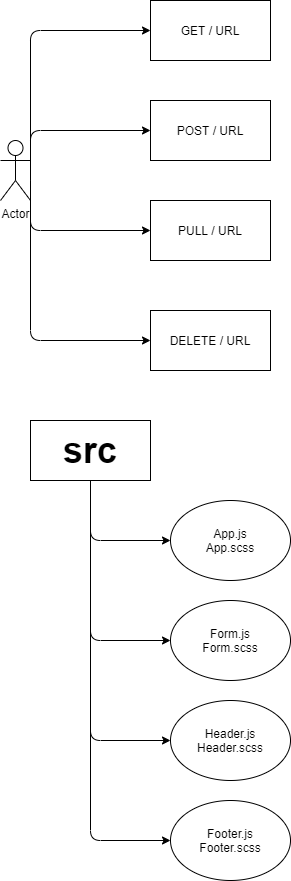
Before: public/lab26.png, a diagram exported from draw.io (Samer-Alnajjar/resty). Source tidied: cells renumbered, new cells last; positions are measured from the earlier drawing's top-left corner, leaving out a move shared by most shapes.
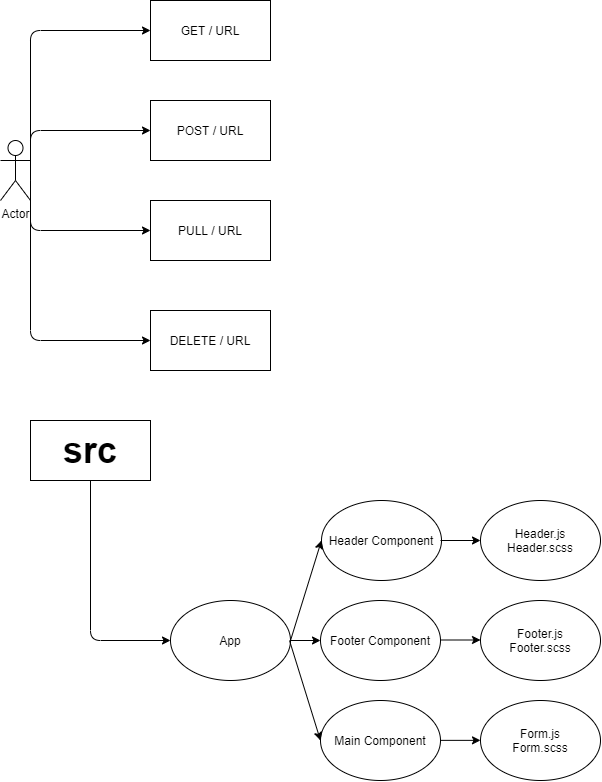
Above is the later version.

What changed in the source:
```diff
@@ -54,23 +54,15 @@
         </Array>
       </mxGeometry>
     </mxCell>
-    <mxCell id="12" value="App.js&lt;br&gt;App.scss" style="ellipse;whiteSpace=wrap;html=1;" parent="1" vertex="1">
-      <mxGeometry x="170" y="500" width="120" height="80" as="geometry" />
+    <mxCell id="12" value="Header Component" style="ellipse;whiteSpace=wrap;html=1;" parent="1" vertex="1">
+      <mxGeometry x="321" y="500" width="120" height="80" as="geometry" />
     </mxCell>
-    <mxCell id="13" value="Form.js&lt;br&gt;Form.scss" style="ellipse;whiteSpace=wrap;html=1;" parent="1" vertex="1">
-      <mxGeometry x="170" y="600" width="120" height="80" as="geometry" />
+    <mxCell id="13" value="Footer Component" style="ellipse;whiteSpace=wrap;html=1;" parent="1" vertex="1">
+      <mxGeometry x="320" y="600" width="120" height="80" as="geometry" />
     </mxCell>
-    <mxCell id="14" value="Header.js&lt;br&gt;Header.scss" style="ellipse;whiteSpace=wrap;html=1;" parent="1" vertex="1">
-      <mxGeometry x="170" y="700" width="120" height="80" as="geometry" />
+    <mxCell id="14" value="Main Component" style="ellipse;whiteSpace=wrap;html=1;" parent="1" vertex="1">
+      <mxGeometry x="320" y="700" width="120" height="80" as="geometry" />
     </mxCell>
-    <mxCell id="15" style="endArrow=classic;html=1;exitX=0.5;exitY=1;exitDx=0;exitDy=0;" parent="1" edge="1" source="5">
-      <mxGeometry relative="1" as="geometry">
-        <mxPoint x="170" y="540" as="targetPoint" />
-        <Array as="points">
-          <mxPoint x="90" y="540" />
-        </Array>
-      </mxGeometry>
-    </mxCell>
     <mxCell id="16" style="endArrow=classic;html=1;exitX=0.5;exitY=1;exitDx=0;exitDy=0;" parent="1" edge="1" source="5">
       <mxGeometry relative="1" as="geometry">
         <mxPoint x="170" y="640" as="targetPoint" />
@@ -79,25 +71,50 @@
         </Array>
       </mxGeometry>
     </mxCell>
-    <mxCell id="17" style="endArrow=classic;html=1;exitX=0.5;exitY=1;exitDx=0;exitDy=0;" parent="1" edge="1" source="5">
-      <mxGeometry relative="1" as="geometry">
-        <mxPoint x="170" y="740" as="targetPoint" />
-        <Array as="points">
-          <mxPoint x="90" y="740" />
-        </Array>
-      </mxGeometry>
-    </mxCell>
+    <mxCell id="20" value="Form.js&lt;br&gt;Form.scss" style="ellipse;whiteSpace=wrap;html=1;" parent="1" vertex="1">
+      <mxGeometry x="480" y="700" width="120" height="80" as="geometry" />
+    </mxCell>
     <mxCell id="18" value="Footer.js&lt;br&gt;Footer.scss" style="ellipse;whiteSpace=wrap;html=1;" parent="1" vertex="1">
-      <mxGeometry x="170" y="800" width="120" height="80" as="geometry" />
+      <mxGeometry x="480" y="600" width="120" height="80" as="geometry" />
     </mxCell>
-    <mxCell id="19" style="endArrow=classic;html=1;exitX=0.5;exitY=1;exitDx=0;exitDy=0;" parent="1" edge="1">
-      <mxGeometry relative="1" as="geometry">
-        <mxPoint x="90" y="580" as="sourcePoint" />
-        <mxPoint x="170" y="840" as="targetPoint" />
-        <Array as="points">
-          <mxPoint x="90" y="840" />
-        </Array>
-      </mxGeometry>
-    </mxCell>
+    <mxCell id="21" value="Header.js&lt;br&gt;Header.scss" style="ellipse;whiteSpace=wrap;html=1;" parent="1" vertex="1">
+      <mxGeometry x="480" y="500" width="120" height="80" as="geometry" />
+    </mxCell>
+    <mxCell id="22" style="endArrow=classic;html=1;entryX=0;entryY=0.5;entryDx=0;entryDy=0;" parent="1" edge="1" target="21">
+      <mxGeometry relative="1" as="geometry">
+        <mxPoint x="440" y="540" as="sourcePoint" />
+      </mxGeometry>
+    </mxCell>
+    <mxCell id="23" style="endArrow=classic;html=1;entryX=0;entryY=0.5;entryDx=0;entryDy=0;" parent="1" edge="1">
+      <mxGeometry relative="1" as="geometry">
+        <mxPoint x="440" y="639.5" as="sourcePoint" />
+        <mxPoint x="480" y="639.5" as="targetPoint" />
+      </mxGeometry>
+    </mxCell>
+    <mxCell id="24" style="endArrow=classic;html=1;entryX=0;entryY=0.5;entryDx=0;entryDy=0;" parent="1" edge="1">
+      <mxGeometry relative="1" as="geometry">
+        <mxPoint x="440" y="739.9" as="sourcePoint" />
+        <mxPoint x="480" y="739.9" as="targetPoint" />
+      </mxGeometry>
+    </mxCell>
+    <mxCell id="25" value="App" style="ellipse;whiteSpace=wrap;html=1;" parent="1" vertex="1">
+      <mxGeometry x="170" y="600" width="120" height="80" as="geometry" />
+    </mxCell>
+    <mxCell id="26" style="endArrow=classic;html=1;entryX=0;entryY=0.5;entryDx=0;entryDy=0;" parent="1" edge="1" target="12">
+      <mxGeometry relative="1" as="geometry">
+        <mxPoint x="290" y="640" as="sourcePoint" />
+      </mxGeometry>
+    </mxCell>
+    <mxCell id="27" style="endArrow=classic;html=1;entryX=0;entryY=0.5;entryDx=0;entryDy=0;" parent="1" edge="1">
+      <mxGeometry relative="1" as="geometry">
+        <mxPoint x="289" y="640" as="sourcePoint" />
+        <mxPoint x="320" y="740" as="targetPoint" />
+      </mxGeometry>
+    </mxCell>
+    <mxCell id="28" style="endArrow=classic;html=1;entryX=0;entryY=0.5;entryDx=0;entryDy=0;" parent="1" edge="1" target="13">
+      <mxGeometry relative="1" as="geometry">
+        <mxPoint x="290" y="640" as="sourcePoint" />
+      </mxGeometry>
+    </mxCell>
   </root>
 </mxGraphModel>
```
